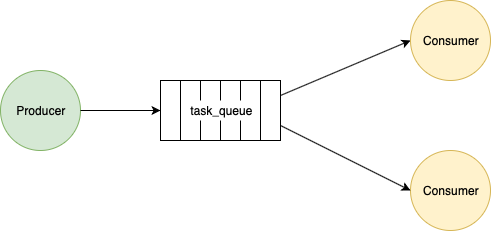
The draw.io diagram docs/worker_queue.png in ba-st/Ansible, before a commit. Source tidied: cells renumbered, new cells last; positions are measured from the earlier drawing's top-left corner, leaving out a move shared by most shapes. Its diagram source:
```xml
<mxGraphModel>
  <root>
    <mxCell id="0" />
    <mxCell id="1" parent="0" />
    <mxCell id="2" value="Producer" style="ellipse;whiteSpace=wrap;html=1;fillColor=#d5e8d4;strokeColor=#82b366;" parent="1" vertex="1">
      <mxGeometry y="70" width="80" height="80" as="geometry" />
    </mxCell>
    <mxCell id="3" value="Consumer" style="ellipse;whiteSpace=wrap;html=1;fillColor=#fff2cc;strokeColor=#d6b656;" parent="1" vertex="1">
      <mxGeometry x="410" y="150" width="80" height="80" as="geometry" />
    </mxCell>
    <mxCell id="4" style="rounded=0;whiteSpace=wrap;html=1;gradientColor=none;" parent="1" vertex="1">
      <mxGeometry x="160" y="80" width="120" height="60" as="geometry" />
    </mxCell>
    <mxCell id="5" style="endArrow=classic;html=1;exitX=1;exitY=0.5;exitDx=0;exitDy=0;" parent="1" edge="1" source="2" target="4">
      <mxGeometry relative="1" as="geometry" />
    </mxCell>
    <mxCell id="6" style="endArrow=none;html=1;exitX=0;exitY=0.5;exitDx=0;exitDy=0;entryX=1;entryY=0.75;entryDx=0;entryDy=0;startArrow=classic;startFill=1;endFill=0;" parent="1" edge="1" source="3" target="4">
      <mxGeometry relative="1" as="geometry" />
    </mxCell>
    <mxCell id="7" style="endArrow=none;html=1;exitX=0;exitY=0.5;exitDx=0;exitDy=0;entryX=1;entryY=0.25;entryDx=0;entryDy=0;endFill=0;startArrow=classic;startFill=1;" parent="1" edge="1" source="11" target="4">
      <mxGeometry relative="1" as="geometry" />
    </mxCell>
    <mxCell id="8" style="rounded=0;whiteSpace=wrap;html=1;gradientColor=none;" parent="1" vertex="1">
      <mxGeometry x="180" y="80" width="80" height="60" as="geometry" />
    </mxCell>
    <mxCell id="9" style="rounded=0;whiteSpace=wrap;html=1;gradientColor=none;" parent="1" vertex="1">
      <mxGeometry x="200" y="80" width="20" height="60" as="geometry" />
    </mxCell>
    <mxCell id="10" style="rounded=0;whiteSpace=wrap;html=1;gradientColor=none;" parent="1" vertex="1">
      <mxGeometry x="220" y="80" width="20" height="60" as="geometry" />
    </mxCell>
    <mxCell id="11" value="Consumer" style="ellipse;whiteSpace=wrap;html=1;fillColor=#fff2cc;strokeColor=#d6b656;" parent="1" vertex="1">
      <mxGeometry x="410" width="80" height="80" as="geometry" />
    </mxCell>
    <mxCell id="12" value="task_queue" style="text;html=1;strokeColor=none;fillColor=#FFFFFF;align=center;verticalAlign=middle;whiteSpace=wrap;rounded=0;" parent="1" vertex="1">
      <mxGeometry x="191" y="100" width="60" height="20" as="geometry" />
    </mxCell>
  </root>
</mxGraphModel>
```
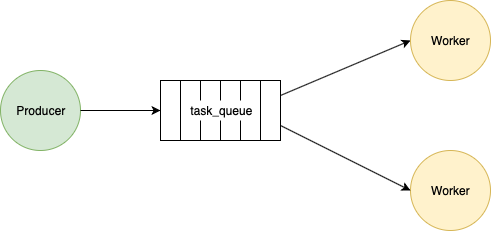
The same file after the commit.

The edit, as a diff of the source:
```diff
@@ -5,7 +5,7 @@
     <mxCell id="2" value="Producer" style="ellipse;whiteSpace=wrap;html=1;fillColor=#d5e8d4;strokeColor=#82b366;" parent="1" vertex="1">
       <mxGeometry y="70" width="80" height="80" as="geometry" />
     </mxCell>
-    <mxCell id="3" value="Consumer" style="ellipse;whiteSpace=wrap;html=1;fillColor=#fff2cc;strokeColor=#d6b656;" parent="1" vertex="1">
+    <mxCell id="3" value="Worker" style="ellipse;whiteSpace=wrap;html=1;fillColor=#fff2cc;strokeColor=#d6b656;" parent="1" vertex="1">
       <mxGeometry x="410" y="150" width="80" height="80" as="geometry" />
     </mxCell>
     <mxCell id="4" style="rounded=0;whiteSpace=wrap;html=1;gradientColor=none;" parent="1" vertex="1">
@@ -29,7 +29,7 @@
     <mxCell id="10" style="rounded=0;whiteSpace=wrap;html=1;gradientColor=none;" parent="1" vertex="1">
       <mxGeometry x="220" y="80" width="20" height="60" as="geometry" />
     </mxCell>
-    <mxCell id="11" value="Consumer" style="ellipse;whiteSpace=wrap;html=1;fillColor=#fff2cc;strokeColor=#d6b656;" parent="1" vertex="1">
+    <mxCell id="11" value="Worker" style="ellipse;whiteSpace=wrap;html=1;fillColor=#fff2cc;strokeColor=#d6b656;" parent="1" vertex="1">
       <mxGeometry x="410" width="80" height="80" as="geometry" />
     </mxCell>
     <mxCell id="12" value="task_queue" style="text;html=1;strokeColor=none;fillColor=#FFFFFF;align=center;verticalAlign=middle;whiteSpace=wrap;rounded=0;" parent="1" vertex="1">
```
